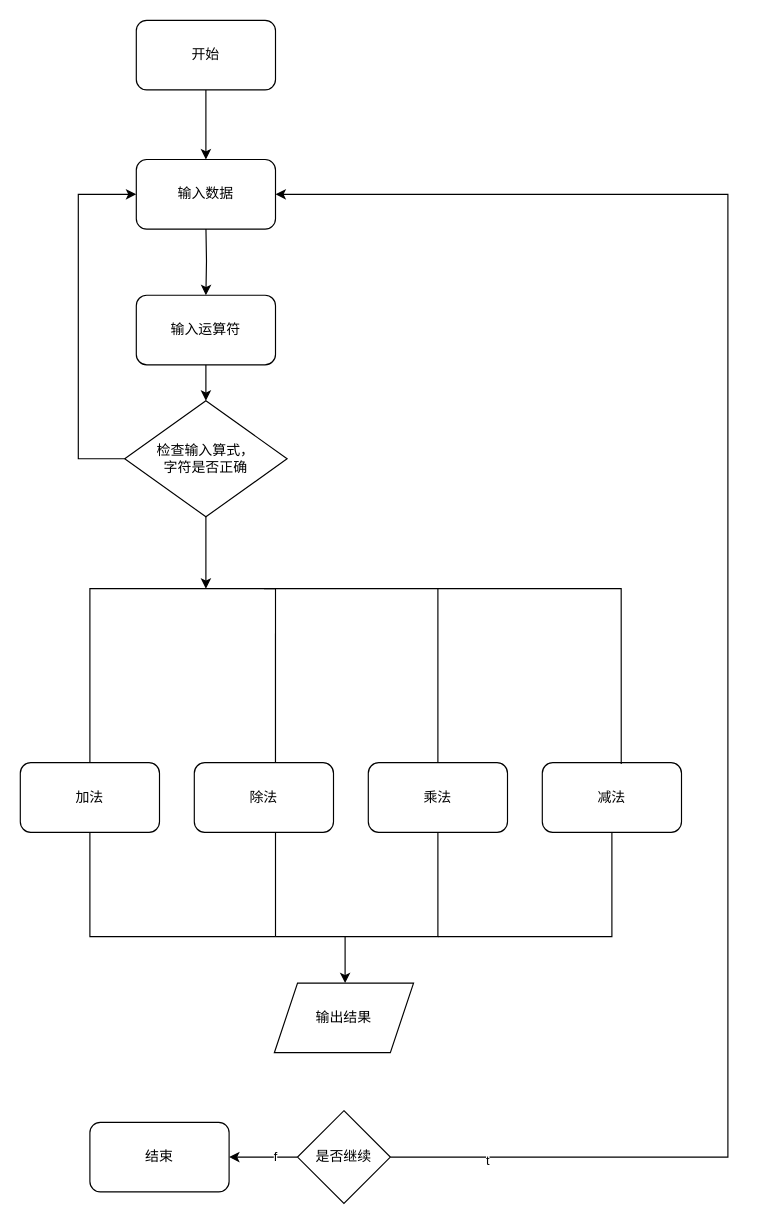
This is xx1.drawio from Byron-x/cache, a draw.io file, before an edit. Source tidied: cells renumbered, new cells numbered last; positions are measured from the earlier drawing's top-left corner, leaving out a move shared by most shapes. Both pictures are drawn from the tidied source at 116%, with x=0, y=0 at pixel (20, 20).
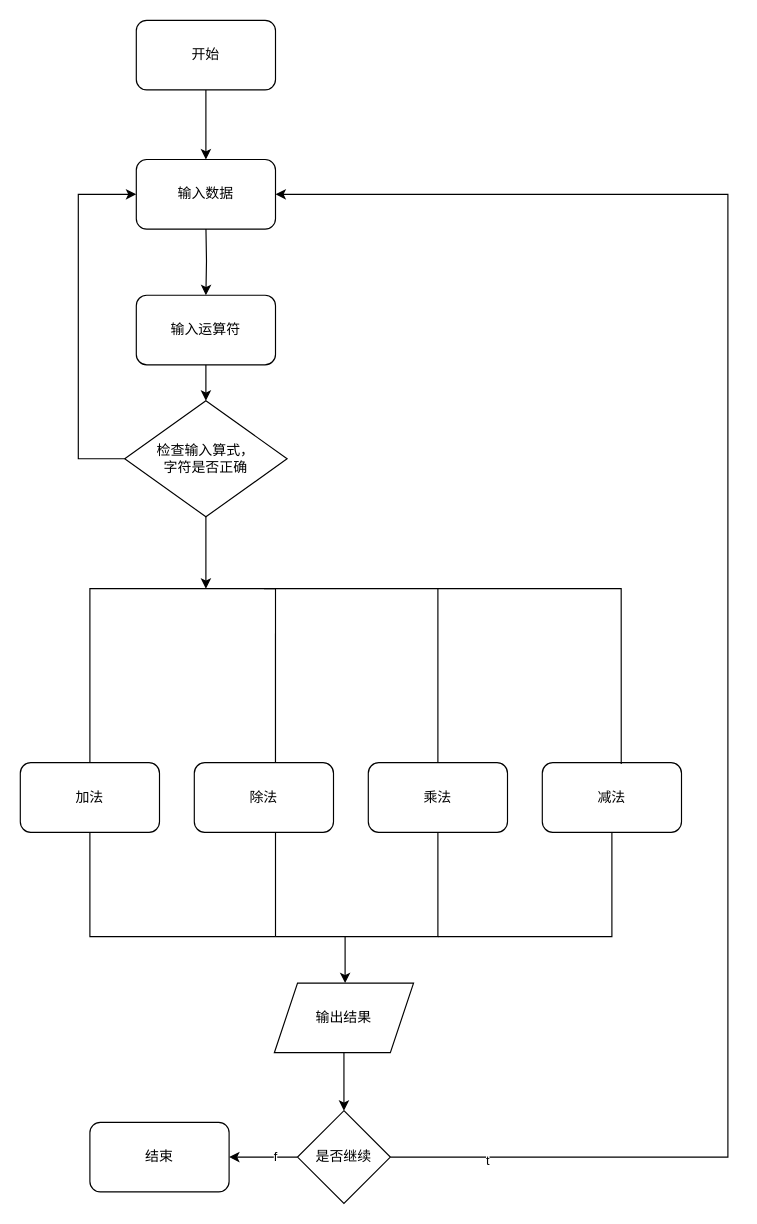
After the change.

The change refers to these unchanged cells:
```xml
<mxCell id="23" value="输出结果" style="shape=parallelogram;perimeter=parallelogramPerimeter;whiteSpace=wrap;html=1;fixedSize=1;" parent="1" vertex="1">
  <mxGeometry x="219" y="830" width="120" height="60" as="geometry" />
</mxCell>
<mxCell id="29" value="是否继续" style="rhombus;whiteSpace=wrap;html=1;" parent="1" vertex="1">
  <mxGeometry x="239" y="940" width="80" height="80" as="geometry" />
</mxCell>
```

Change to the diagram source:
```diff
@@
+    <mxCell id="31" style="edgeStyle=orthogonalEdgeStyle;rounded=0;jettySize=auto;html=1;entryX=0.5;entryY=0;entryDx=0;entryDy=0;" parent="1" edge="1" source="23" target="29">
+      <mxGeometry relative="1" as="geometry" />
+    </mxCell>
```
